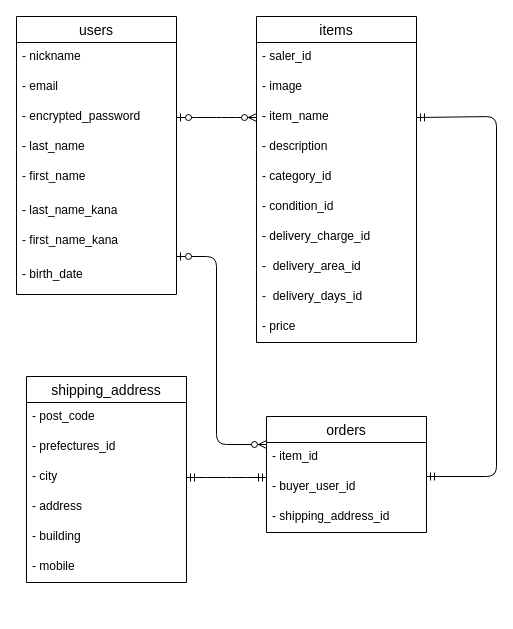
Before: er.dio in prokoninaritai/furima-41494, a draw.io diagram. Source tidied: cells renumbered, new cells numbered last; positions are measured from the earlier drawing's top-left corner, leaving out a move shared by most shapes. Both pictures are drawn from the tidied source at 100%, with x=0, y=0 at pixel (16, 16).
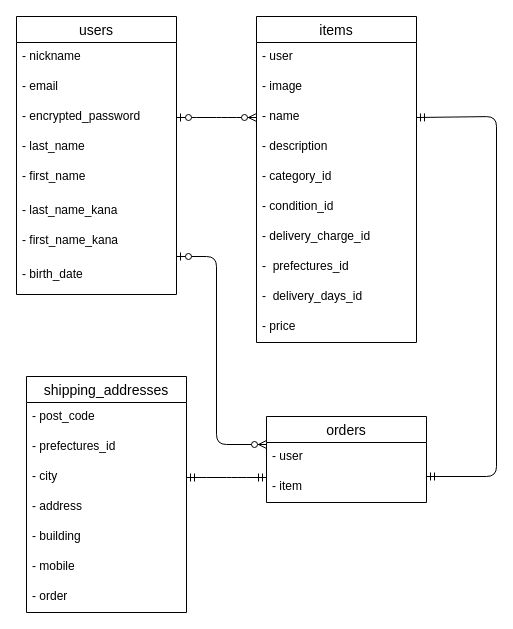
The same page after the edit.

The change refers to these unchanged cells:
```xml
<mxCell id="11" value="items" style="swimlane;fontStyle=0;horizontal=1;startSize=26;align=center;fontSize=14;" parent="1" vertex="1">
  <mxGeometry x="240" width="160" height="326" as="geometry" />
</mxCell>
```

What changed in the source:
```diff
@@
-    <mxCell id="12" value="- saler_id" style="text;strokeColor=none;fillColor=none;spacingLeft=4;spacingRight=4;overflow=hidden;fontSize=12;" parent="11" vertex="1">
+    <mxCell id="12" value="- user" style="text;strokeColor=none;fillColor=none;spacingLeft=4;spacingRight=4;overflow=hidden;fontSize=12;" parent="11" vertex="1">
       <mxGeometry y="26" width="160" height="30" as="geometry" />
     </mxCell>
@@
-    <mxCell id="14" value="- item_name" style="text;strokeColor=none;fillColor=none;spacingLeft=4;spacingRight=4;overflow=hidden;points=[[0,0.5],[1,0.5]];portConstraint=eastwest;fontSize=12;" parent="11" vertex="1">
+    <mxCell id="14" value="- name" style="text;strokeColor=none;fillColor=none;spacingLeft=4;spacingRight=4;overflow=hidden;points=[[0,0.5],[1,0.5]];portConstraint=eastwest;fontSize=12;" parent="11" vertex="1">
       <mxGeometry y="86" width="160" height="30" as="geometry" />
     </mxCell>
@@
-    <mxCell id="19" value="-  delivery_area_id" style="text;strokeColor=none;fillColor=none;spacingLeft=4;spacingRight=4;overflow=hidden;fontSize=12;" parent="11" vertex="1">
+    <mxCell id="19" value="-  prefectures_id" style="text;strokeColor=none;fillColor=none;spacingLeft=4;spacingRight=4;overflow=hidden;fontSize=12;" parent="11" vertex="1">
       <mxGeometry y="236" width="160" height="30" as="geometry" />
     </mxCell>
@@
     <mxCell id="22" value="orders" style="swimlane;fontStyle=0;horizontal=1;startSize=26;align=center;fontSize=14;" parent="1" vertex="1">
-      <mxGeometry x="250" y="400" width="160" height="116" as="geometry" />
+      <mxGeometry x="250" y="400" width="160" height="86" as="geometry" />
     </mxCell>
-    <mxCell id="23" value="- item_id" style="text;strokeColor=none;fillColor=none;spacingLeft=4;spacingRight=4;overflow=hidden;fontSize=12;" parent="22" vertex="1">
+    <mxCell id="23" value="- user" style="text;strokeColor=none;fillColor=none;spacingLeft=4;spacingRight=4;overflow=hidden;fontSize=12;" parent="22" vertex="1">
       <mxGeometry y="26" width="160" height="30" as="geometry" />
     </mxCell>
-    <mxCell id="24" value="- buyer_user_id" style="text;strokeColor=none;fillColor=none;spacingLeft=4;spacingRight=4;overflow=hidden;fontSize=12;" parent="22" vertex="1">
+    <mxCell id="24" value="- item" style="text;strokeColor=none;fillColor=none;spacingLeft=4;spacingRight=4;overflow=hidden;fontSize=12;" parent="22" vertex="1">
       <mxGeometry y="56" width="160" height="30" as="geometry" />
     </mxCell>
-    <mxCell id="25" value="- shipping_address_id" style="text;strokeColor=none;fillColor=none;spacingLeft=4;spacingRight=4;overflow=hidden;fontSize=12;" parent="22" vertex="1">
-      <mxGeometry y="86" width="160" height="30" as="geometry" />
-    </mxCell>
-    <mxCell id="26" value="shipping_address" style="swimlane;fontStyle=0;horizontal=1;startSize=26;align=center;fontSize=14;" parent="1" vertex="1">
-      <mxGeometry x="10" y="360" width="160" height="206" as="geometry" />
+    <mxCell id="26" value="shipping_addresses" style="swimlane;fontStyle=0;horizontal=1;startSize=26;align=center;fontSize=14;" parent="1" vertex="1">
+      <mxGeometry x="10" y="360" width="160" height="236" as="geometry" />
     </mxCell>
@@
+    <mxCell id="37" value="- order" style="text;strokeColor=none;fillColor=none;spacingLeft=4;spacingRight=4;overflow=hidden;fontSize=12;" parent="26" vertex="1">
+      <mxGeometry y="206" width="160" height="30" as="geometry" />
+    </mxCell>
```
